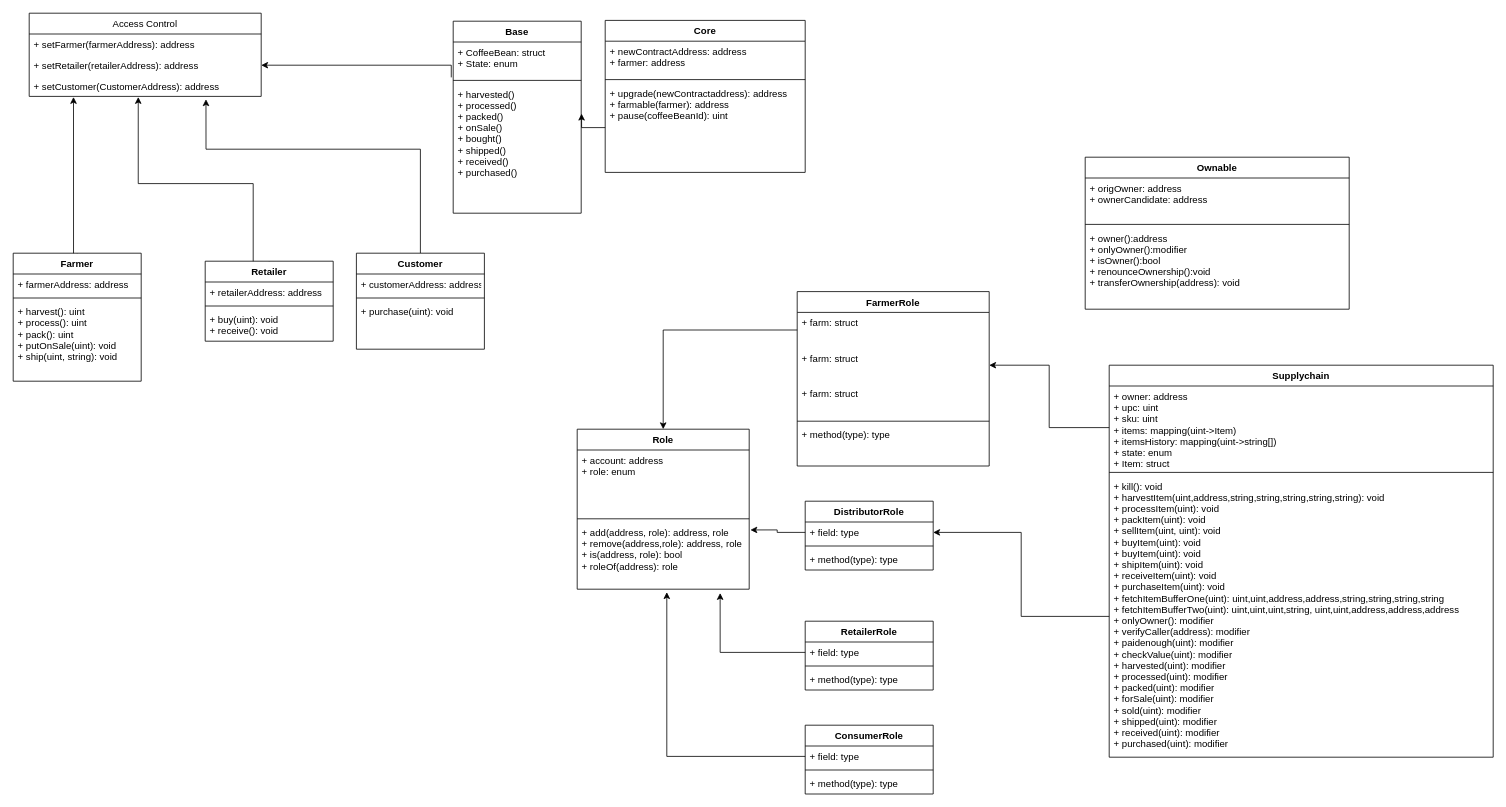
Before: UML/UML Source/Class Diagram.drawio in abuaesh/CoffeeSupplyChain, a draw.io diagram. Source tidied: cells renumbered, new cells numbered last; positions are measured from the earlier drawing's top-left corner, leaving out a move shared by most shapes. Both pictures are drawn from the tidied source at 80%, with x=0, y=0 at pixel (13, 13).
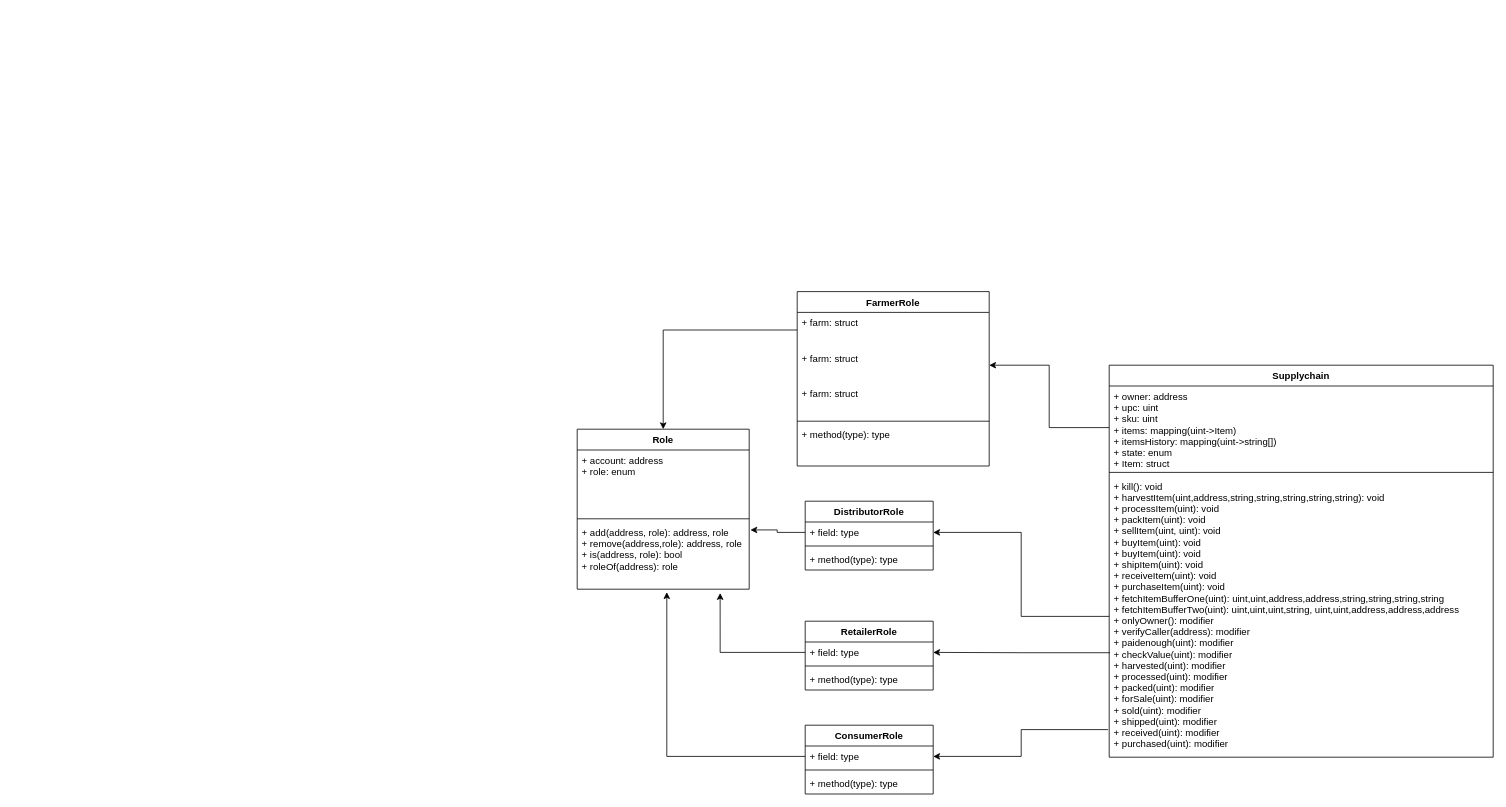
After the change.

The change refers to these unchanged cells:
```xml
<mxCell id="34" value="+ kill(): void&#10;+ harvestItem(uint,address,string,string,string,string,string): void&#10;+ processItem(uint): void&#10;+ packItem(uint): void&#10;+ sellItem(uint, uint): void&#10;+ buyItem(uint): void&#10;+ buyItem(uint): void&#10;+ shipItem(uint): void&#10;+ receiveItem(uint): void&#10;+ purchaseItem(uint): void&#10;+ fetchItemBufferOne(uint): uint,uint,address,address,string,string,string,string&#10;+ fetchItemBufferTwo(uint): uint,uint,uint,string, uint,uint,address,address,address&#10;+ onlyOwner(): modifier&#10;+ verifyCaller(address): modifier&#10;+ paidenough(uint): modifier&#10;+ checkValue(uint): modifier&#10;+ harvested(uint): modifier&#10;+ processed(uint): modifier&#10;+ packed(uint): modifier&#10;+ forSale(uint): modifier&#10;+ sold(uint): modifier&#10;+ shipped(uint): modifier&#10;+ received(uint): modifier&#10;+ purchased(uint): modifier&#10;" style="text;strokeColor=none;fillColor=none;align=left;verticalAlign=top;spacingLeft=4;spacingRight=4;overflow=hidden;points=[[0,0.5],[1,0.5]];portConstraint=eastwest;" parent="31" vertex="1">
  <mxGeometry y="138" width="480" height="352" as="geometry" />
</mxCell>
<mxCell id="50" value="+ field: type" style="text;strokeColor=none;fillColor=none;align=left;verticalAlign=top;spacingLeft=4;spacingRight=4;overflow=hidden;points=[[0,0.5],[1,0.5]];portConstraint=eastwest;" parent="49" vertex="1">
  <mxGeometry y="26" width="160" height="26" as="geometry" />
</mxCell>
<mxCell id="54" value="+ field: type" style="text;strokeColor=none;fillColor=none;align=left;verticalAlign=top;spacingLeft=4;spacingRight=4;overflow=hidden;points=[[0,0.5],[1,0.5]];portConstraint=eastwest;" parent="53" vertex="1">
  <mxGeometry y="26" width="160" height="26" as="geometry" />
</mxCell>
```

What changed in the source:
```diff
@@
-    <mxCell id="2" value="Access Control" style="swimlane;fontStyle=0;horizontal=1;startSize=26;fillColor=none;" parent="1" vertex="1">
-      <mxGeometry x="20" width="290" height="104" as="geometry" />
-    </mxCell>
-    <mxCell id="3" value="+ setFarmer(farmerAddress): address" style="text;strokeColor=none;fillColor=none;align=left;verticalAlign=top;spacingLeft=4;spacingRight=4;overflow=hidden;" parent="2" vertex="1">
-      <mxGeometry y="26" width="290" height="26" as="geometry" />
-    </mxCell>
-    <mxCell id="4" value="+ setRetailer(retailerAddress): address" style="text;strokeColor=none;fillColor=none;align=left;verticalAlign=top;spacingLeft=4;spacingRight=4;overflow=hidden;points=[[0,0.5],[1,0.5]];portConstraint=eastwest;" parent="2" vertex="1">
-      <mxGeometry y="52" width="290" height="26" as="geometry" />
-    </mxCell>
-    <mxCell id="5" value="+ setCustomer(CustomerAddress): address" style="text;strokeColor=none;fillColor=none;align=left;verticalAlign=top;spacingLeft=4;spacingRight=4;overflow=hidden;points=[[0,0.5],[1,0.5]];portConstraint=eastwest;" parent="2" vertex="1">
-      <mxGeometry y="78" width="290" height="26" as="geometry" />
-    </mxCell>
-    <mxCell id="6" style="edgeStyle=orthogonalEdgeStyle;rounded=0;jettySize=auto;html=1;entryX=0.191;entryY=1.029;entryDx=0;entryDy=0;entryPerimeter=0;exitX=0.5;exitY=0;exitDx=0;exitDy=0;" parent="1" edge="1" source="8" target="5">
-      <mxGeometry relative="1" as="geometry">
-        <Array as="points">
-          <mxPoint x="80" y="311" />
-          <mxPoint x="75" y="311" />
-        </Array>
-      </mxGeometry>
-    </mxCell>
-    <mxCell id="7" style="edgeStyle=orthogonalEdgeStyle;rounded=0;jettySize=auto;html=1;exitX=0.5;exitY=0;exitDx=0;exitDy=0;entryX=0.47;entryY=1.029;entryDx=0;entryDy=0;entryPerimeter=0;" parent="1" edge="1" source="17" target="5">
-      <mxGeometry relative="1" as="geometry">
-        <Array as="points">
-          <mxPoint x="320" y="322" />
-          <mxPoint x="300" y="322" />
-          <mxPoint x="300" y="213" />
-          <mxPoint x="156" y="213" />
-        </Array>
-      </mxGeometry>
-    </mxCell>
-    <mxCell id="8" value="Farmer" style="swimlane;fontStyle=1;align=center;verticalAlign=top;horizontal=1;startSize=26;" parent="1" vertex="1">
-      <mxGeometry y="300" width="160" height="160" as="geometry" />
-    </mxCell>
-    <mxCell id="9" value="+ farmerAddress: address" style="text;strokeColor=none;fillColor=none;align=left;verticalAlign=top;spacingLeft=4;spacingRight=4;overflow=hidden;" parent="8" vertex="1">
-      <mxGeometry y="26" width="160" height="26" as="geometry" />
-    </mxCell>
-    <mxCell id="10" style="line;strokeWidth=1;fillColor=none;align=left;verticalAlign=middle;spacingTop=-1;spacingLeft=3;spacingRight=3;labelPosition=right;" parent="8" vertex="1">
-      <mxGeometry y="52" width="160" height="8" as="geometry" />
-    </mxCell>
-    <mxCell id="11" value="+ harvest(): uint&#10;+ process(): uint&#10;+ pack(): uint&#10;+ putOnSale(uint): void &#10;+ ship(uint, string): void" style="text;strokeColor=none;fillColor=none;align=left;verticalAlign=top;spacingLeft=4;spacingRight=4;overflow=hidden;" parent="8" vertex="1">
-      <mxGeometry y="60" width="160" height="100" as="geometry" />
-    </mxCell>
-    <mxCell id="12" style="edgeStyle=orthogonalEdgeStyle;rounded=0;jettySize=auto;html=1;entryX=0.762;entryY=1.138;entryDx=0;entryDy=0;entryPerimeter=0;exitX=0.5;exitY=0;exitDx=0;exitDy=0;" parent="1" edge="1" source="13" target="5">
-      <mxGeometry relative="1" as="geometry">
-        <Array as="points">
-          <mxPoint x="509" y="170" />
-          <mxPoint x="241" y="170" />
-        </Array>
-      </mxGeometry>
-    </mxCell>
-    <mxCell id="13" value="Customer" style="swimlane;fontStyle=1;align=center;verticalAlign=top;horizontal=1;startSize=26;" parent="1" vertex="1">
-      <mxGeometry x="429" y="300" width="160" height="120" as="geometry" />
-    </mxCell>
-    <mxCell id="14" value="+ customerAddress: address" style="text;strokeColor=none;fillColor=none;align=left;verticalAlign=top;spacingLeft=4;spacingRight=4;overflow=hidden;" parent="13" vertex="1">
-      <mxGeometry y="26" width="160" height="26" as="geometry" />
-    </mxCell>
-    <mxCell id="15" style="line;strokeWidth=1;fillColor=none;align=left;verticalAlign=middle;spacingTop=-1;spacingLeft=3;spacingRight=3;labelPosition=right;" parent="13" vertex="1">
-      <mxGeometry y="52" width="160" height="8" as="geometry" />
-    </mxCell>
-    <mxCell id="16" value="+ purchase(uint): void" style="text;strokeColor=none;fillColor=none;align=left;verticalAlign=top;spacingLeft=4;spacingRight=4;overflow=hidden;" parent="13" vertex="1">
-      <mxGeometry y="60" width="160" height="60" as="geometry" />
-    </mxCell>
-    <mxCell id="17" value="Retailer" style="swimlane;fontStyle=1;align=center;verticalAlign=top;horizontal=1;startSize=26;" parent="1" vertex="1">
-      <mxGeometry x="240" y="310" width="160" height="100" as="geometry" />
-    </mxCell>
-    <mxCell id="18" value="+ retailerAddress: address" style="text;strokeColor=none;fillColor=none;align=left;verticalAlign=top;spacingLeft=4;spacingRight=4;overflow=hidden;" parent="17" vertex="1">
-      <mxGeometry y="26" width="160" height="26" as="geometry" />
-    </mxCell>
-    <mxCell id="19" style="line;strokeWidth=1;fillColor=none;align=left;verticalAlign=middle;spacingTop=-1;spacingLeft=3;spacingRight=3;labelPosition=right;" parent="17" vertex="1">
-      <mxGeometry y="52" width="160" height="8" as="geometry" />
-    </mxCell>
-    <mxCell id="20" value="+ buy(uint): void&#10;+ receive(): void" style="text;strokeColor=none;fillColor=none;align=left;verticalAlign=top;spacingLeft=4;spacingRight=4;overflow=hidden;" parent="17" vertex="1">
-      <mxGeometry y="60" width="160" height="40" as="geometry" />
-    </mxCell>
-    <mxCell id="21" value="Base" style="swimlane;fontStyle=1;align=center;verticalAlign=top;horizontal=1;startSize=26;" parent="1" vertex="1">
-      <mxGeometry x="550" y="10" width="160" height="240" as="geometry" />
-    </mxCell>
-    <mxCell id="22" value="+ CoffeeBean: struct&#10;+ State: enum" style="text;strokeColor=none;fillColor=none;align=left;verticalAlign=top;spacingLeft=4;spacingRight=4;overflow=hidden;points=[[0,0.5],[1,0.5]];portConstraint=eastwest;" parent="21" vertex="1">
-      <mxGeometry y="26" width="160" height="44" as="geometry" />
-    </mxCell>
-    <mxCell id="23" style="line;strokeWidth=1;fillColor=none;align=left;verticalAlign=middle;spacingTop=-1;spacingLeft=3;spacingRight=3;labelPosition=right;" parent="21" vertex="1">
-      <mxGeometry y="70" width="160" height="8" as="geometry" />
-    </mxCell>
-    <mxCell id="24" value="+ harvested()&#10;+ processed()&#10;+ packed()&#10;+ onSale()&#10;+ bought()&#10;+ shipped()&#10;+ received()&#10;+ purchased()" style="text;strokeColor=none;fillColor=none;align=left;verticalAlign=top;spacingLeft=4;spacingRight=4;overflow=hidden;points=[[0,0.5],[1,0.5]];portConstraint=eastwest;" parent="21" vertex="1">
-      <mxGeometry y="78" width="160" height="162" as="geometry" />
-    </mxCell>
-    <mxCell id="25" value="Core" style="swimlane;fontStyle=1;align=center;verticalAlign=top;horizontal=1;startSize=26;" parent="1" vertex="1">
-      <mxGeometry x="740" y="9" width="250" height="190" as="geometry" />
-    </mxCell>
-    <mxCell id="26" value="+ newContractAddress: address&#10;+ farmer: address" style="text;strokeColor=none;fillColor=none;align=left;verticalAlign=top;spacingLeft=4;spacingRight=4;overflow=hidden;" parent="25" vertex="1">
-      <mxGeometry y="26" width="250" height="44" as="geometry" />
-    </mxCell>
-    <mxCell id="27" style="line;strokeWidth=1;fillColor=none;align=left;verticalAlign=middle;spacingTop=-1;spacingLeft=3;spacingRight=3;labelPosition=right;" parent="25" vertex="1">
-      <mxGeometry y="70" width="250" height="8" as="geometry" />
-    </mxCell>
-    <mxCell id="28" value="+ upgrade(newContractaddress): address&#10;+ farmable(farmer): address&#10;+ pause(coffeeBeanId): uint" style="text;strokeColor=none;fillColor=none;align=left;verticalAlign=top;spacingLeft=4;spacingRight=4;overflow=hidden;points=[[0,0.5],[1,0.5]];portConstraint=eastwest;" parent="25" vertex="1">
-      <mxGeometry y="78" width="250" height="112" as="geometry" />
-    </mxCell>
-    <mxCell id="29" style="edgeStyle=orthogonalEdgeStyle;rounded=0;jettySize=auto;html=1;exitX=-0.015;exitY=1.005;exitDx=0;exitDy=0;entryX=1;entryY=0.5;entryDx=0;entryDy=0;exitPerimeter=0;" parent="1" edge="1" source="22" target="4">
-      <mxGeometry relative="1" as="geometry">
-        <Array as="points">
-          <mxPoint x="548" y="65" />
-        </Array>
-      </mxGeometry>
-    </mxCell>
-    <mxCell id="30" style="edgeStyle=orthogonalEdgeStyle;rounded=0;jettySize=auto;html=1;exitX=0;exitY=0.5;exitDx=0;exitDy=0;entryX=1.003;entryY=0.232;entryDx=0;entryDy=0;entryPerimeter=0;" parent="1" edge="1" source="28" target="24">
-      <mxGeometry relative="1" as="geometry" />
-    </mxCell>
@@
-    <mxCell id="35" value="Ownable" style="swimlane;fontStyle=1;align=center;verticalAlign=top;horizontal=1;startSize=26;" parent="1" vertex="1">
-      <mxGeometry x="1340" y="180" width="330" height="190" as="geometry" />
-    </mxCell>
-    <mxCell id="36" value="+ origOwner: address&#10;+ ownerCandidate: address" style="text;strokeColor=none;fillColor=none;align=left;verticalAlign=top;spacingLeft=4;spacingRight=4;overflow=hidden;" parent="35" vertex="1">
-      <mxGeometry y="26" width="330" height="54" as="geometry" />
-    </mxCell>
-    <mxCell id="37" style="line;strokeWidth=1;fillColor=none;align=left;verticalAlign=middle;spacingTop=-1;spacingLeft=3;spacingRight=3;labelPosition=right;" parent="35" vertex="1">
-      <mxGeometry y="80" width="330" height="8" as="geometry" />
-    </mxCell>
-    <mxCell id="38" value="+ owner():address&#10;+ onlyOwner():modifier&#10;+ isOwner():bool&#10;+ renounceOwnership():void&#10;+ transferOwnership(address): void" style="text;strokeColor=none;fillColor=none;align=left;verticalAlign=top;spacingLeft=4;spacingRight=4;overflow=hidden;" parent="35" vertex="1">
-      <mxGeometry y="88" width="330" height="102" as="geometry" />
-    </mxCell>
@@
+    <mxCell id="67" style="edgeStyle=orthogonalEdgeStyle;rounded=0;jettySize=auto;html=1;exitX=0.002;exitY=0.629;exitDx=0;exitDy=0;entryX=1;entryY=0.5;entryDx=0;entryDy=0;exitPerimeter=0;" parent="1" edge="1" source="34" target="50">
+      <mxGeometry relative="1" as="geometry" />
+    </mxCell>
+    <mxCell id="68" style="edgeStyle=orthogonalEdgeStyle;rounded=0;jettySize=auto;html=1;exitX=-0.003;exitY=0.902;exitDx=0;exitDy=0;entryX=1;entryY=0.5;entryDx=0;entryDy=0;exitPerimeter=0;" parent="1" edge="1" source="34" target="54">
+      <mxGeometry relative="1" as="geometry" />
+    </mxCell>
```
